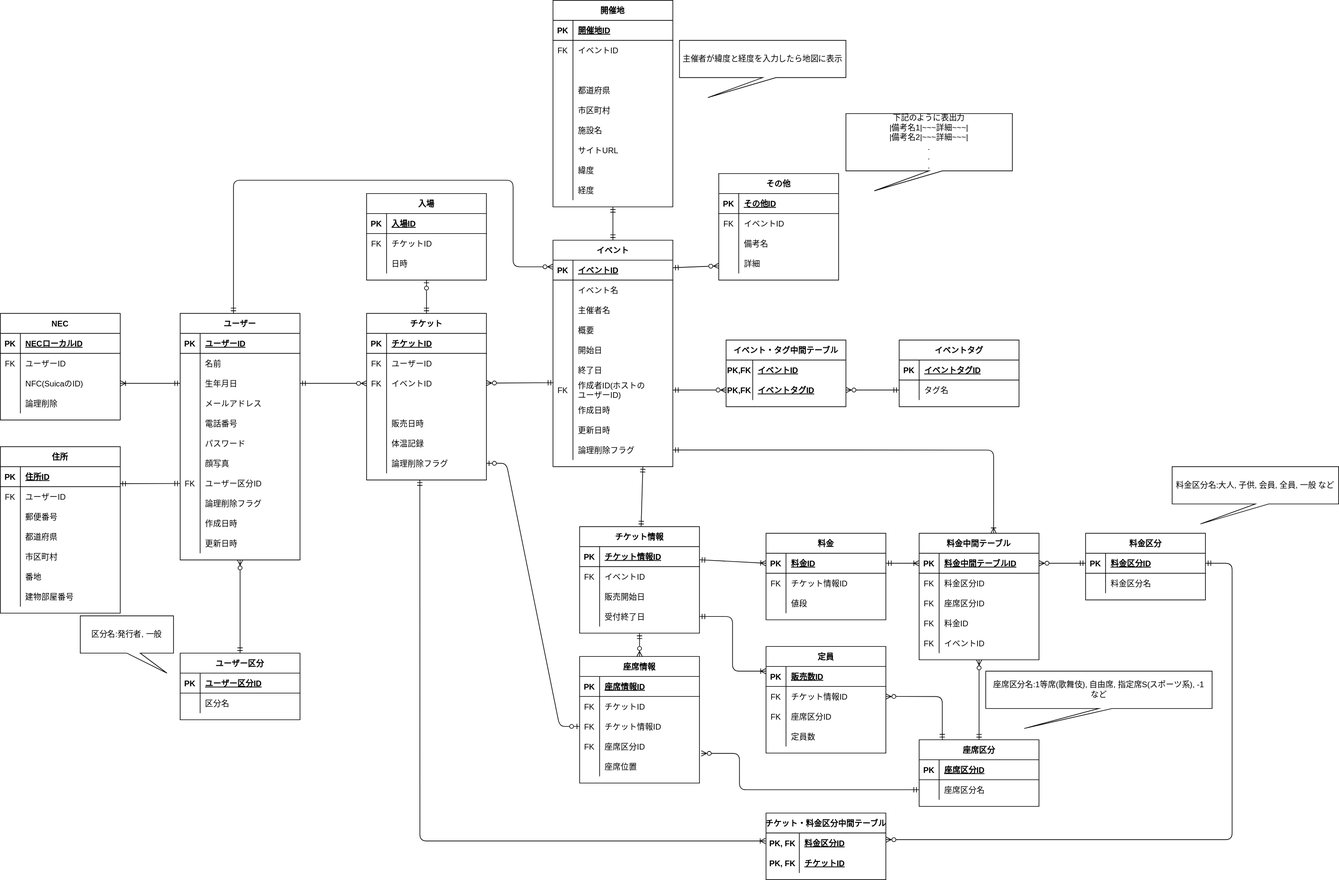
Before: doc/dbERfig.drawio.svg, a diagram exported from draw.io (ruteru64/hanken_public). Source tidied: cells renumbered, new cells last; positions are measured from the earlier drawing's top-left corner, leaving out a move shared by most shapes.
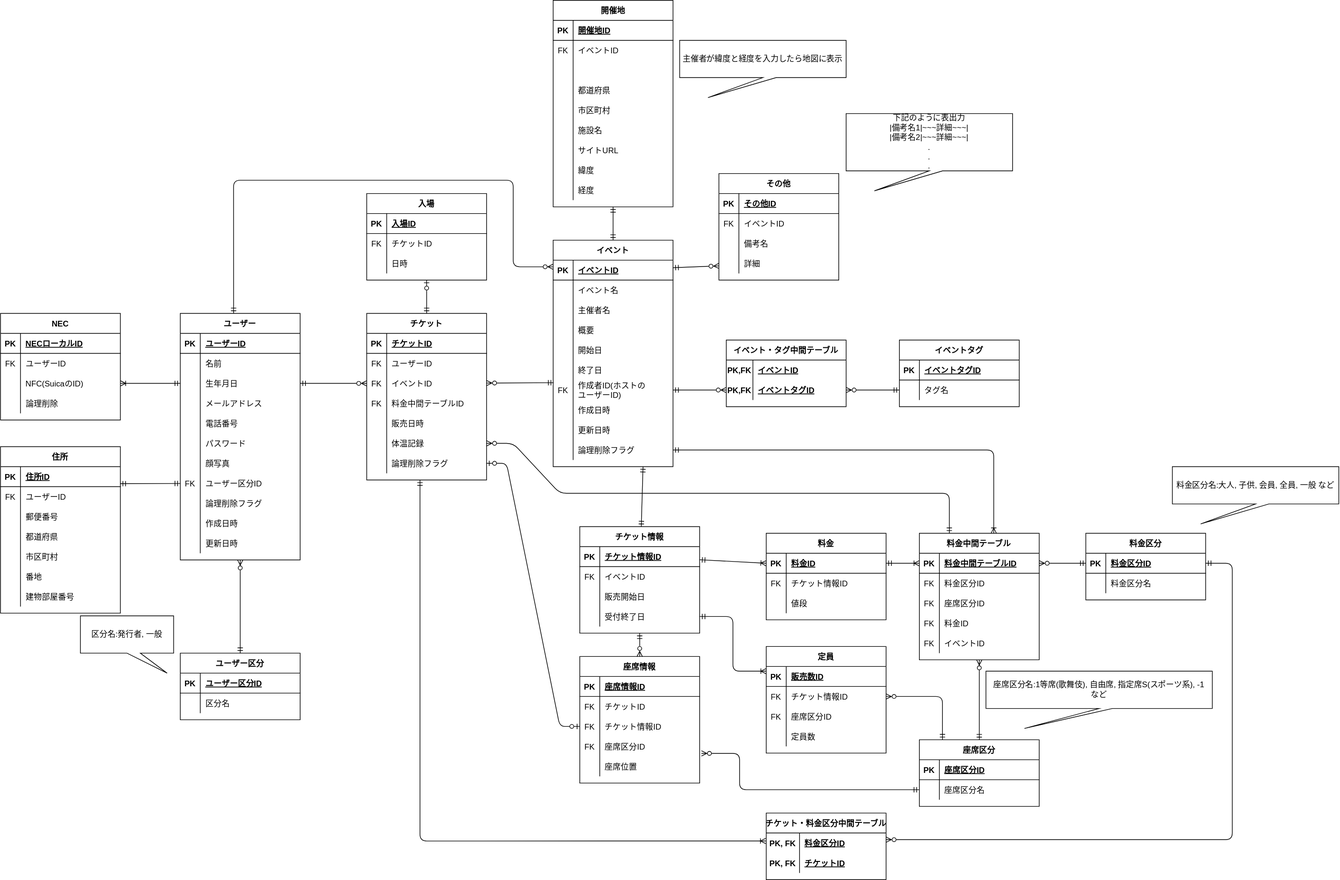
After the change.

Change to the diagram source:
```diff
@@ -179,10 +179,10 @@
     <mxCell id="60" style="shape=partialRectangle;fillColor=none;top=0;left=0;bottom=0;right=0;" parent="50" vertex="1">
       <mxGeometry y="120" width="180" height="30" as="geometry" />
     </mxCell>
-    <mxCell id="61" style="shape=partialRectangle;fillColor=none;top=0;left=0;bottom=0;right=0;overflow=hidden;" parent="60" vertex="1">
+    <mxCell id="61" value="FK" style="shape=partialRectangle;fillColor=none;top=0;left=0;bottom=0;right=0;overflow=hidden;" parent="60" vertex="1">
       <mxGeometry width="30" height="30" as="geometry" />
     </mxCell>
-    <mxCell id="62" style="shape=partialRectangle;fillColor=none;top=0;left=0;bottom=0;right=0;align=left;spacingLeft=6;overflow=hidden;" parent="60" vertex="1">
+    <mxCell id="62" value="料金中間テーブルID" style="shape=partialRectangle;fillColor=none;top=0;left=0;bottom=0;right=0;align=left;spacingLeft=6;overflow=hidden;" parent="60" vertex="1">
       <mxGeometry x="30" width="150" height="30" as="geometry" />
     </mxCell>
     <mxCell id="63" style="shape=partialRectangle;fillColor=none;top=0;left=0;bottom=0;right=0;" parent="50" vertex="1">
@@ -967,5 +967,14 @@
         </Array>
       </mxGeometry>
     </mxCell>
+    <mxCell id="315" style="endArrow=ERmandOne;html=1;exitX=1;exitY=0.5;exitDx=0;exitDy=0;entryX=0.25;entryY=0;entryDx=0;entryDy=0;endFill=0;startArrow=ERzeroToMany;startFill=0;" parent="1" edge="1" source="66" target="181">
+      <mxGeometry relative="1" as="geometry">
+        <Array as="points">
+          <mxPoint x="770" y="665" />
+          <mxPoint x="840" y="740" />
+          <mxPoint x="1425" y="740" />
+        </Array>
+      </mxGeometry>
+    </mxCell>
   </root>
 </mxGraphModel>
```
